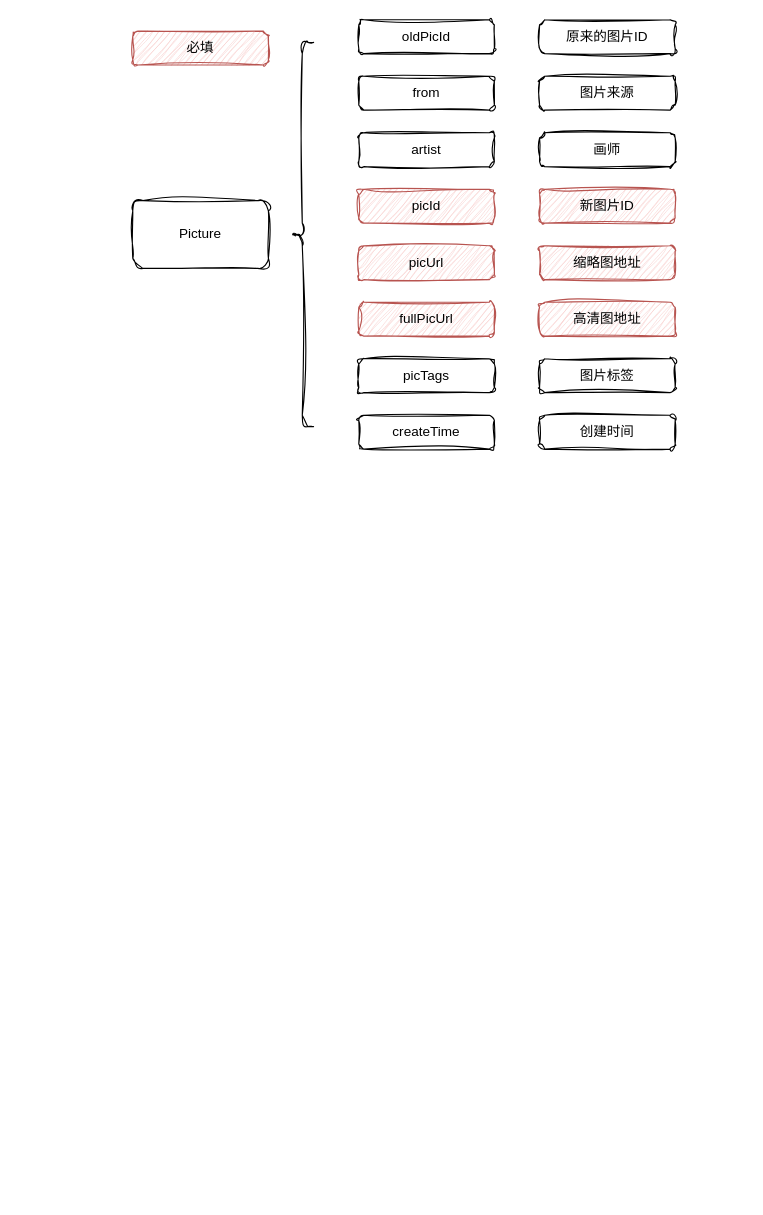
Earlier version of the draw.io diagram yiciyuan-picture.drawio (mykurisu/diagrams). Source tidied: cells renumbered, new cells numbered last; positions are measured from the earlier drawing's top-left corner, leaving out a move shared by most shapes. Both pictures are drawn from the tidied source at 113%, with x=0, y=0 at pixel (132, 19).
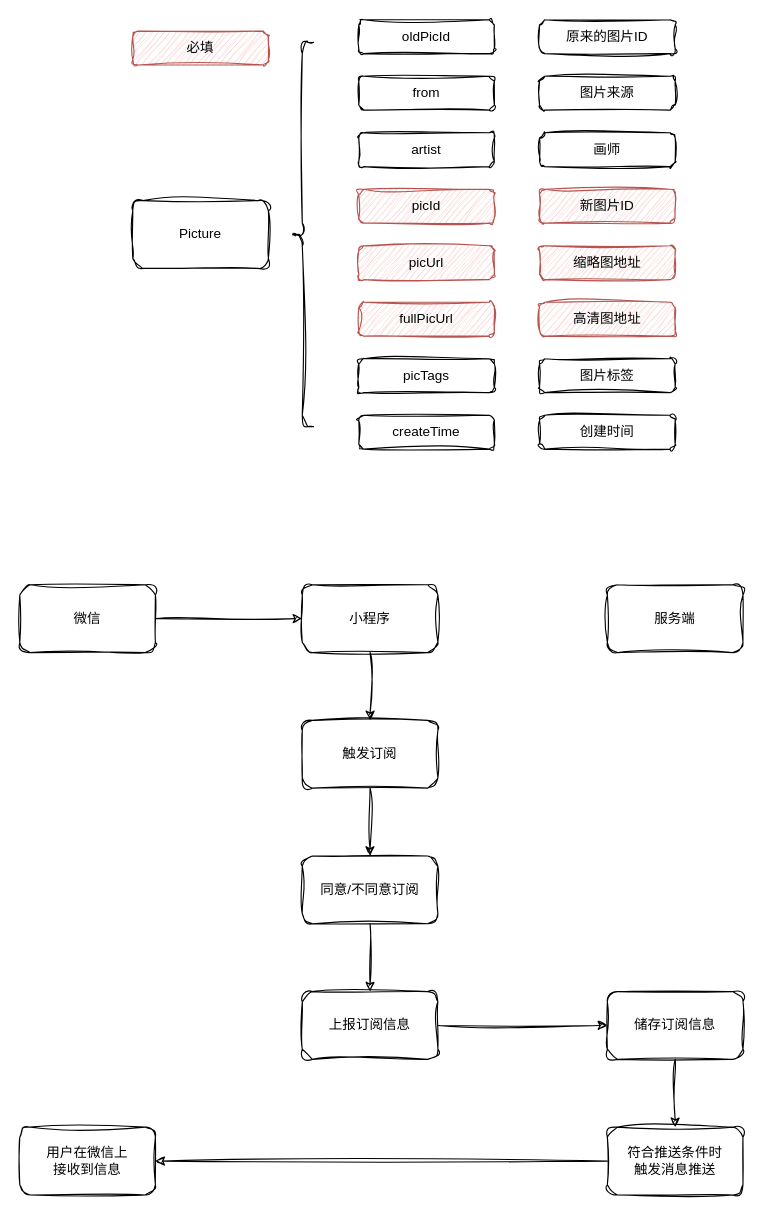
Above is the later version.

Change to the diagram source:
```diff
@@
+    <mxCell id="21" style="group;" parent="1" vertex="1">
+      <mxGeometry x="-100" y="500" width="640" height="540" as="geometry" />
+    </mxCell>
+    <mxCell id="22" value="小程序" style="rounded=1;whiteSpace=wrap;html=1;sketch=1;curveFitting=1;jiggle=2;" parent="21" vertex="1">
+      <mxGeometry x="250" width="120" height="60" as="geometry" />
+    </mxCell>
+    <mxCell id="23" value="触发订阅" style="rounded=1;whiteSpace=wrap;html=1;sketch=1;curveFitting=1;jiggle=2;" parent="21" vertex="1">
+      <mxGeometry x="250" y="120" width="120" height="60" as="geometry" />
+    </mxCell>
+    <mxCell id="24" style="edgeStyle=orthogonalEdgeStyle;rounded=0;jettySize=auto;html=1;exitX=0.5;exitY=1;exitDx=0;exitDy=0;sketch=1;curveFitting=1;jiggle=2;" parent="21" edge="1" source="22" target="23">
+      <mxGeometry relative="1" as="geometry" />
+    </mxCell>
+    <mxCell id="25" value="服务端" style="rounded=1;whiteSpace=wrap;html=1;sketch=1;curveFitting=1;jiggle=2;" parent="21" vertex="1">
+      <mxGeometry x="520" width="120" height="60" as="geometry" />
+    </mxCell>
+    <mxCell id="26" value="同意/不同意订阅" style="rounded=1;whiteSpace=wrap;html=1;sketch=1;curveFitting=1;jiggle=2;" parent="21" vertex="1">
+      <mxGeometry x="250" y="240" width="120" height="60" as="geometry" />
+    </mxCell>
+    <mxCell id="27" style="edgeStyle=orthogonalEdgeStyle;shape=connector;rounded=0;sketch=1;jiggle=2;curveFitting=1;jettySize=auto;html=1;exitX=0.5;exitY=1;exitDx=0;exitDy=0;entryX=0.5;entryY=0;entryDx=0;entryDy=0;labelBackgroundColor=default;strokeColor=default;fontFamily=Helvetica;fontSize=11;fontColor=default;endArrow=classic;" parent="21" edge="1" source="23" target="26">
+      <mxGeometry relative="1" as="geometry" />
+    </mxCell>
+    <mxCell id="28" style="edgeStyle=orthogonalEdgeStyle;shape=connector;rounded=0;sketch=1;jiggle=2;curveFitting=1;jettySize=auto;html=1;exitX=1;exitY=0.5;exitDx=0;exitDy=0;labelBackgroundColor=default;strokeColor=default;fontFamily=Helvetica;fontSize=11;fontColor=default;endArrow=classic;" parent="21" edge="1" source="29" target="22">
+      <mxGeometry relative="1" as="geometry" />
+    </mxCell>
+    <mxCell id="29" value="微信" style="rounded=1;whiteSpace=wrap;html=1;sketch=1;curveFitting=1;jiggle=2;" parent="21" vertex="1">
+      <mxGeometry width="120" height="60" as="geometry" />
+    </mxCell>
+    <mxCell id="30" value="上报订阅信息" style="rounded=1;whiteSpace=wrap;html=1;sketch=1;curveFitting=1;jiggle=2;" parent="21" vertex="1">
+      <mxGeometry x="250" y="360" width="120" height="60" as="geometry" />
+    </mxCell>
+    <mxCell id="31" style="edgeStyle=orthogonalEdgeStyle;shape=connector;rounded=0;sketch=1;jiggle=2;curveFitting=1;jettySize=auto;html=1;exitX=0.5;exitY=1;exitDx=0;exitDy=0;labelBackgroundColor=default;strokeColor=default;fontFamily=Helvetica;fontSize=11;fontColor=default;endArrow=classic;" parent="21" edge="1" source="26" target="30">
+      <mxGeometry relative="1" as="geometry" />
+    </mxCell>
+    <mxCell id="32" value="储存订阅信息" style="rounded=1;whiteSpace=wrap;html=1;sketch=1;curveFitting=1;jiggle=2;" parent="21" vertex="1">
+      <mxGeometry x="520" y="360" width="120" height="60" as="geometry" />
+    </mxCell>
+    <mxCell id="33" style="edgeStyle=orthogonalEdgeStyle;shape=connector;rounded=0;sketch=1;jiggle=2;curveFitting=1;jettySize=auto;html=1;exitX=1;exitY=0.5;exitDx=0;exitDy=0;labelBackgroundColor=default;strokeColor=default;fontFamily=Helvetica;fontSize=11;fontColor=default;endArrow=classic;" parent="21" edge="1" source="30" target="32">
+      <mxGeometry relative="1" as="geometry" />
+    </mxCell>
+    <mxCell id="34" value="符合推送条件时&lt;br&gt;触发消息推送" style="rounded=1;whiteSpace=wrap;html=1;sketch=1;curveFitting=1;jiggle=2;" parent="21" vertex="1">
+      <mxGeometry x="520" y="480" width="120" height="60" as="geometry" />
+    </mxCell>
+    <mxCell id="35" style="edgeStyle=orthogonalEdgeStyle;shape=connector;rounded=0;sketch=1;jiggle=2;curveFitting=1;jettySize=auto;html=1;exitX=0.5;exitY=1;exitDx=0;exitDy=0;labelBackgroundColor=default;strokeColor=default;fontFamily=Helvetica;fontSize=11;fontColor=default;endArrow=classic;" parent="21" edge="1" source="32" target="34">
+      <mxGeometry relative="1" as="geometry" />
+    </mxCell>
+    <mxCell id="36" value="用户在微信上&lt;br&gt;接收到信息" style="rounded=1;whiteSpace=wrap;html=1;sketch=1;curveFitting=1;jiggle=2;" parent="21" vertex="1">
+      <mxGeometry y="480" width="120" height="60" as="geometry" />
+    </mxCell>
+    <mxCell id="37" style="edgeStyle=orthogonalEdgeStyle;shape=connector;rounded=0;sketch=1;jiggle=2;curveFitting=1;jettySize=auto;html=1;exitX=0;exitY=0.5;exitDx=0;exitDy=0;entryX=1;entryY=0.5;entryDx=0;entryDy=0;labelBackgroundColor=default;strokeColor=default;fontFamily=Helvetica;fontSize=11;fontColor=default;endArrow=classic;" parent="21" edge="1" source="34" target="36">
+      <mxGeometry relative="1" as="geometry" />
+    </mxCell>
```
